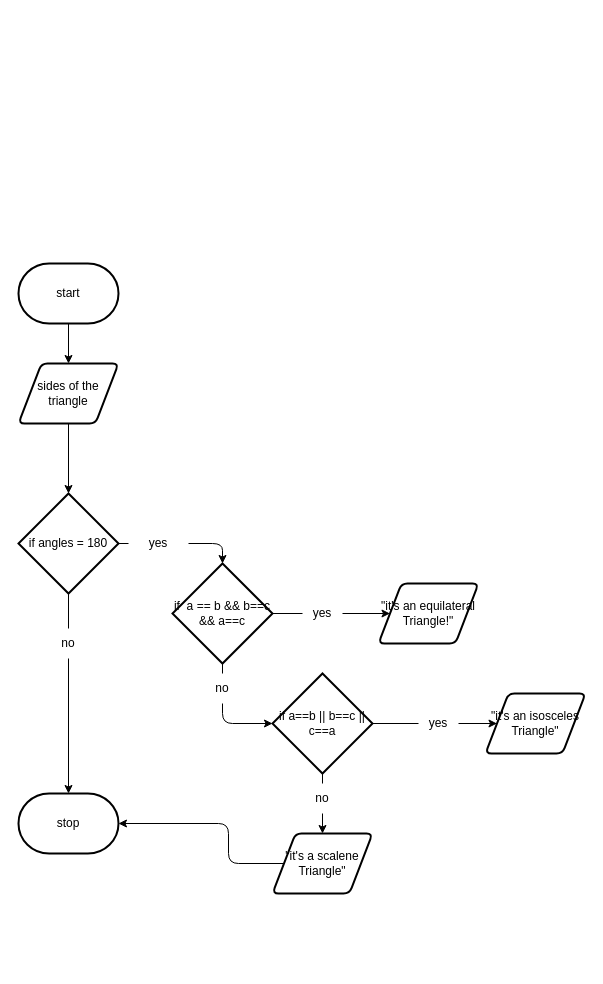
This is design/flowchart.drawio from sophie-nguyen-0/ICS2O-unit5-05-JS, a draw.io file, before an edit. Source tidied: cells renumbered, new cells numbered last; positions are measured from the earlier drawing's top-left corner, leaving out a move shared by most shapes. Both pictures are drawn from the tidied source at 100%, with x=0, y=0 at pixel (18, 263).
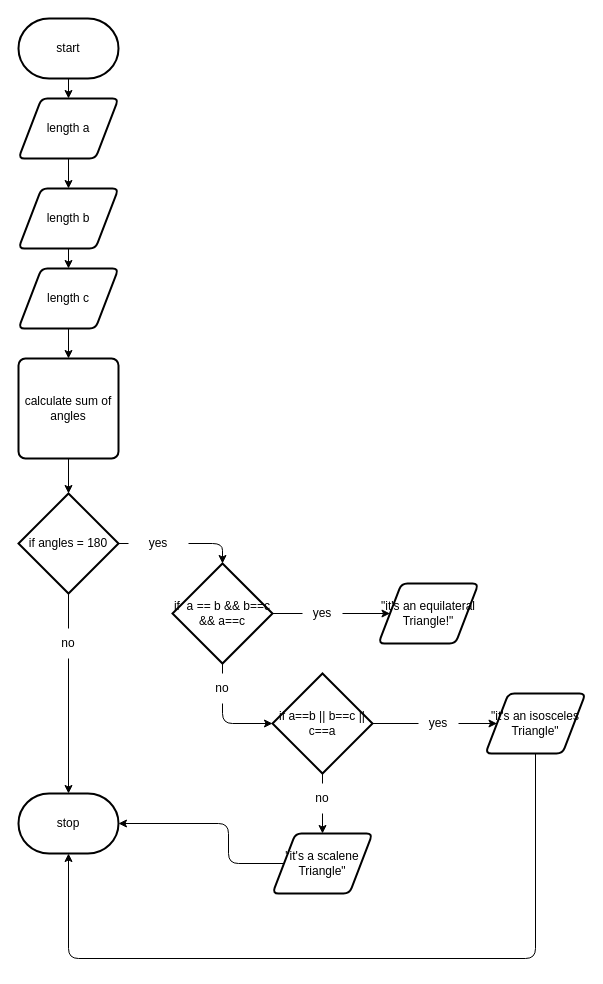
After the change.

Unchanged cells that the change refers to:
```xml
<mxCell id="6" value="if angles = 180" style="strokeWidth=2;html=1;shape=mxgraph.flowchart.decision;whiteSpace=wrap;" parent="1" vertex="1">
  <mxGeometry y="230" width="100" height="100" as="geometry" />
</mxCell>
<mxCell id="9" value="stop" style="strokeWidth=2;html=1;shape=mxgraph.flowchart.terminator;whiteSpace=wrap;" parent="1" vertex="1">
  <mxGeometry y="530" width="100" height="60" as="geometry" />
</mxCell>
<mxCell id="17" value="&quot;it's an isosceles Triangle&quot;" style="shape=parallelogram;html=1;strokeWidth=2;perimeter=parallelogramPerimeter;whiteSpace=wrap;rounded=1;arcSize=12;size=0.23;" parent="1" vertex="1">
  <mxGeometry x="467" y="430" width="100" height="60" as="geometry" />
</mxCell>
<mxCell id="20" value="yes" style="text;html=1;strokeColor=none;fillColor=none;align=center;verticalAlign=middle;whiteSpace=wrap;rounded=0;" parent="1" vertex="1">
  <mxGeometry x="110" y="265" width="60" height="30" as="geometry" />
</mxCell>
<mxCell id="26" value="yes" style="text;html=1;strokeColor=none;fillColor=none;align=center;verticalAlign=middle;whiteSpace=wrap;rounded=0;" parent="1" vertex="1">
  <mxGeometry x="400" y="445" width="40" height="30" as="geometry" />
</mxCell>
```

Change to the diagram source:
```diff
@@
-    <mxCell id="2" style="edgeStyle=none;html=1;" parent="1" edge="1" source="3" target="8">
-      <mxGeometry relative="1" as="geometry" />
-    </mxCell>
+    <mxCell id="32" style="edgeStyle=none;html=1;" parent="1" edge="1" source="3" target="36">
+      <mxGeometry relative="1" as="geometry" />
+    </mxCell>
     <mxCell id="3" value="start" style="strokeWidth=2;html=1;shape=mxgraph.flowchart.terminator;whiteSpace=wrap;" parent="1" vertex="1">
-      <mxGeometry width="100" height="60" as="geometry" />
+      <mxGeometry y="-245" width="100" height="60" as="geometry" />
     </mxCell>
@@
-    <mxCell id="7" style="edgeStyle=none;html=1;" parent="1" edge="1" source="8" target="6">
-      <mxGeometry relative="1" as="geometry" />
-    </mxCell>
+    <mxCell id="33" style="edgeStyle=none;html=1;" parent="1" edge="1" source="8" target="40">
+      <mxGeometry relative="1" as="geometry" />
+    </mxCell>
-    <mxCell id="8" value="sides of the triangle" style="shape=parallelogram;html=1;strokeWidth=2;perimeter=parallelogramPerimeter;whiteSpace=wrap;rounded=1;arcSize=12;size=0.23;" parent="1" vertex="1">
-      <mxGeometry y="100" width="100" height="60" as="geometry" />
+    <mxCell id="8" value="length c" style="shape=parallelogram;html=1;strokeWidth=2;perimeter=parallelogramPerimeter;whiteSpace=wrap;rounded=1;arcSize=12;size=0.23;" parent="1" vertex="1">
+      <mxGeometry y="5" width="100" height="60" as="geometry" />
     </mxCell>
@@
-    <mxCell id="14" style="edgeStyle=none;html=1;startArrow=none;" parent="1" edge="1" source="26" target="17">
-      <mxGeometry relative="1" as="geometry" />
+    <mxCell id="14" style="edgeStyle=none;html=1;startArrow=none;" parent="1" edge="1" source="26">
+      <mxGeometry relative="1" as="geometry">
+        <mxPoint x="478.5" y="460" as="targetPoint" />
+      </mxGeometry>
     </mxCell>
@@
+    <mxCell id="34" style="edgeStyle=none;html=1;entryX=0.5;entryY=1;entryDx=0;entryDy=0;entryPerimeter=0;" parent="1" edge="1" source="17" target="9">
+      <mxGeometry relative="1" as="geometry">
+        <Array as="points">
+          <mxPoint x="517" y="695" />
+          <mxPoint x="50" y="695" />
+        </Array>
+      </mxGeometry>
+    </mxCell>
@@
-    <mxCell id="21" style="edgeStyle=none;html=1;endArrow=none;" parent="1" edge="1" source="6" target="20">
-      <mxGeometry relative="1" as="geometry" />
+    <mxCell id="21" style="edgeStyle=none;html=1;endArrow=none;" parent="1" edge="1" target="20">
+      <mxGeometry relative="1" as="geometry">
+        <mxPoint x="100" y="280" as="sourcePoint" />
+      </mxGeometry>
     </mxCell>
@@
+    <mxCell id="35" style="edgeStyle=none;html=1;" parent="1" edge="1" source="36" target="38">
+      <mxGeometry relative="1" as="geometry" />
+    </mxCell>
+    <mxCell id="36" value="length a" style="shape=parallelogram;html=1;strokeWidth=2;perimeter=parallelogramPerimeter;whiteSpace=wrap;rounded=1;arcSize=12;size=0.23;" parent="1" vertex="1">
+      <mxGeometry y="-165" width="100" height="60" as="geometry" />
+    </mxCell>
+    <mxCell id="37" style="edgeStyle=none;html=1;" parent="1" edge="1" source="38" target="8">
+      <mxGeometry relative="1" as="geometry" />
+    </mxCell>
+    <mxCell id="38" value="length b" style="shape=parallelogram;html=1;strokeWidth=2;perimeter=parallelogramPerimeter;whiteSpace=wrap;rounded=1;arcSize=12;size=0.23;" parent="1" vertex="1">
+      <mxGeometry y="-75" width="100" height="60" as="geometry" />
+    </mxCell>
+    <mxCell id="39" style="edgeStyle=none;html=1;" parent="1" edge="1" source="40" target="6">
+      <mxGeometry relative="1" as="geometry" />
+    </mxCell>
+    <mxCell id="40" value="calculate sum of angles" style="rounded=1;whiteSpace=wrap;html=1;absoluteArcSize=1;arcSize=14;strokeWidth=2;" parent="1" vertex="1">
+      <mxGeometry y="95" width="100" height="100" as="geometry" />
+    </mxCell>
```
